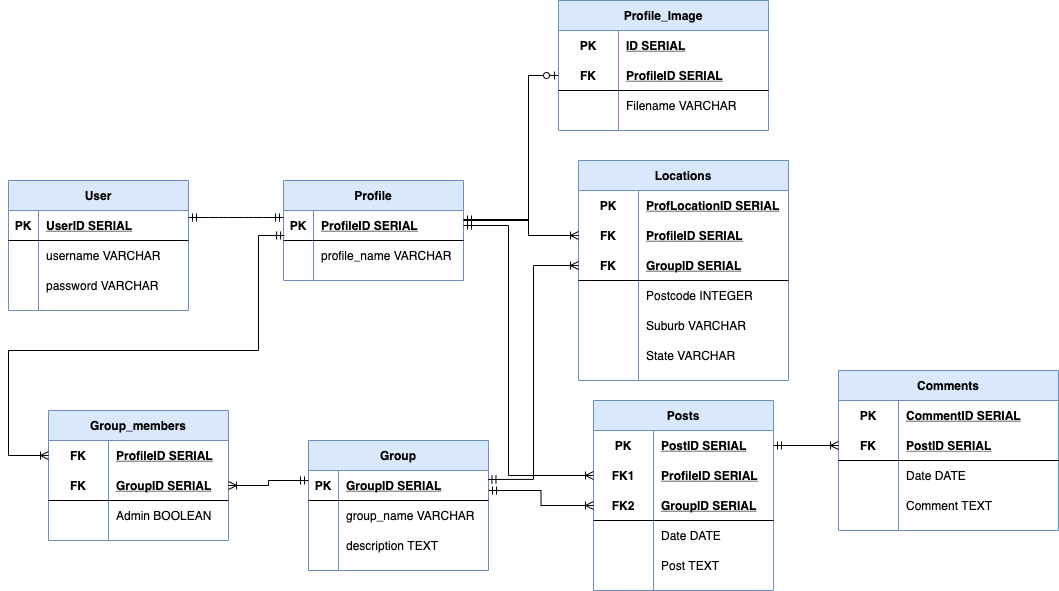
Earlier version of the draw.io export docs/ERD.png (ashley190/T4A2-deployment-exercise). Source tidied: cells renumbered, new cells last; positions are measured from the earlier drawing's top-left corner, leaving out a move shared by most shapes.
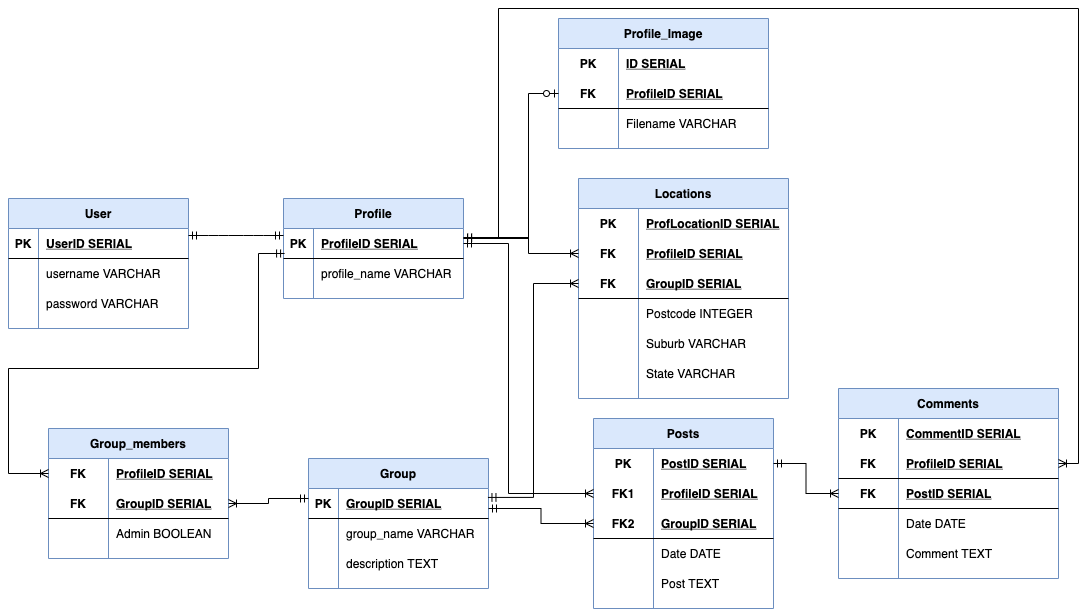
The same diagram one commit later.

Change to the diagram source:
```diff
@@ -259,7 +259,7 @@
       </mxGeometry>
     </mxCell>
     <mxCell id="80" value="Comments" style="shape=table;startSize=30;rowLines=0;fontStyle=1;align=center;fillColor=#dae8fc;strokeColor=#6c8ebf;" parent="1" vertex="1">
-      <mxGeometry x="830" y="370" width="220" height="160" as="geometry" />
+      <mxGeometry x="830" y="370" width="220" height="190" as="geometry" />
     </mxCell>
     <mxCell id="81" style="shape=partialRectangle;fillColor=none;top=0;left=0;bottom=0;right=0;" parent="80" vertex="1">
       <mxGeometry y="30" width="220" height="30" as="geometry" />
@@ -270,8 +270,17 @@
     <mxCell id="83" value="CommentID SERIAL" style="shape=partialRectangle;fillColor=none;top=0;left=0;bottom=0;right=0;align=left;spacingLeft=6;fontStyle=5;overflow=hidden;" parent="81" vertex="1">
       <mxGeometry x="60" width="160" height="30" as="geometry" />
     </mxCell>
+    <mxCell id="106" style="shape=partialRectangle;fillColor=none;top=0;left=0;bottom=1;right=0;points=[[0,0.5],[1,0.5]];portConstraint=eastwest;" parent="80" vertex="1">
+      <mxGeometry y="60" width="220" height="30" as="geometry" />
+    </mxCell>
+    <mxCell id="107" value="FK" style="shape=partialRectangle;fillColor=none;top=0;left=0;bottom=0;right=0;fontStyle=1;overflow=hidden;" parent="106" vertex="1">
+      <mxGeometry width="60" height="30" as="geometry" />
+    </mxCell>
+    <mxCell id="108" value="ProfileID SERIAL" style="shape=partialRectangle;fillColor=none;top=0;left=0;bottom=0;right=0;align=left;spacingLeft=6;fontStyle=5;overflow=hidden;" parent="106" vertex="1">
+      <mxGeometry x="60" width="160" height="30" as="geometry" />
+    </mxCell>
     <mxCell id="84" style="shape=partialRectangle;fillColor=none;top=0;left=0;bottom=1;right=0;points=[[0,0.5],[1,0.5]];portConstraint=eastwest;" parent="80" vertex="1">
-      <mxGeometry y="60" width="220" height="30" as="geometry" />
+      <mxGeometry y="90" width="220" height="30" as="geometry" />
     </mxCell>
     <mxCell id="85" value="FK" style="shape=partialRectangle;fillColor=none;top=0;left=0;bottom=0;right=0;fontStyle=1;overflow=hidden;" parent="84" vertex="1">
       <mxGeometry width="60" height="30" as="geometry" />
@@ -280,7 +289,7 @@
       <mxGeometry x="60" width="160" height="30" as="geometry" />
     </mxCell>
     <mxCell id="87" style="shape=partialRectangle;fillColor=none;top=0;left=0;bottom=0;right=0;" parent="80" vertex="1">
-      <mxGeometry y="90" width="220" height="30" as="geometry" />
+      <mxGeometry y="120" width="220" height="30" as="geometry" />
     </mxCell>
     <mxCell id="88" style="shape=partialRectangle;fillColor=none;top=0;left=0;bottom=0;right=0;overflow=hidden;" parent="87" vertex="1">
       <mxGeometry width="60" height="30" as="geometry" />
@@ -289,7 +298,7 @@
       <mxGeometry x="60" width="160" height="30" as="geometry" />
     </mxCell>
     <mxCell id="90" style="shape=partialRectangle;fillColor=none;top=0;left=0;bottom=0;right=0;" parent="80" vertex="1">
-      <mxGeometry y="120" width="220" height="30" as="geometry" />
+      <mxGeometry y="150" width="220" height="30" as="geometry" />
     </mxCell>
     <mxCell id="91" style="shape=partialRectangle;fillColor=none;top=0;left=0;bottom=0;right=0;overflow=hidden;" parent="90" vertex="1">
       <mxGeometry width="60" height="30" as="geometry" />
@@ -347,5 +356,15 @@
         </Array>
       </mxGeometry>
     </mxCell>
+    <mxCell id="109" style="edgeStyle=orthogonalEdgeStyle;rounded=0;jettySize=auto;html=1;exitX=1.001;exitY=0.31;exitDx=0;exitDy=0;entryX=1;entryY=0.5;entryDx=0;entryDy=0;startArrow=ERmandOne;startFill=0;endArrow=ERoneToMany;endFill=0;exitPerimeter=0;" parent="1" edge="1" source="13" target="106">
+      <mxGeometry relative="1" as="geometry">
+        <Array as="points">
+          <mxPoint x="490" y="219" />
+          <mxPoint x="490" y="-10" />
+          <mxPoint x="1070" y="-10" />
+          <mxPoint x="1070" y="445" />
+        </Array>
+      </mxGeometry>
+    </mxCell>
   </root>
 </mxGraphModel>
```
